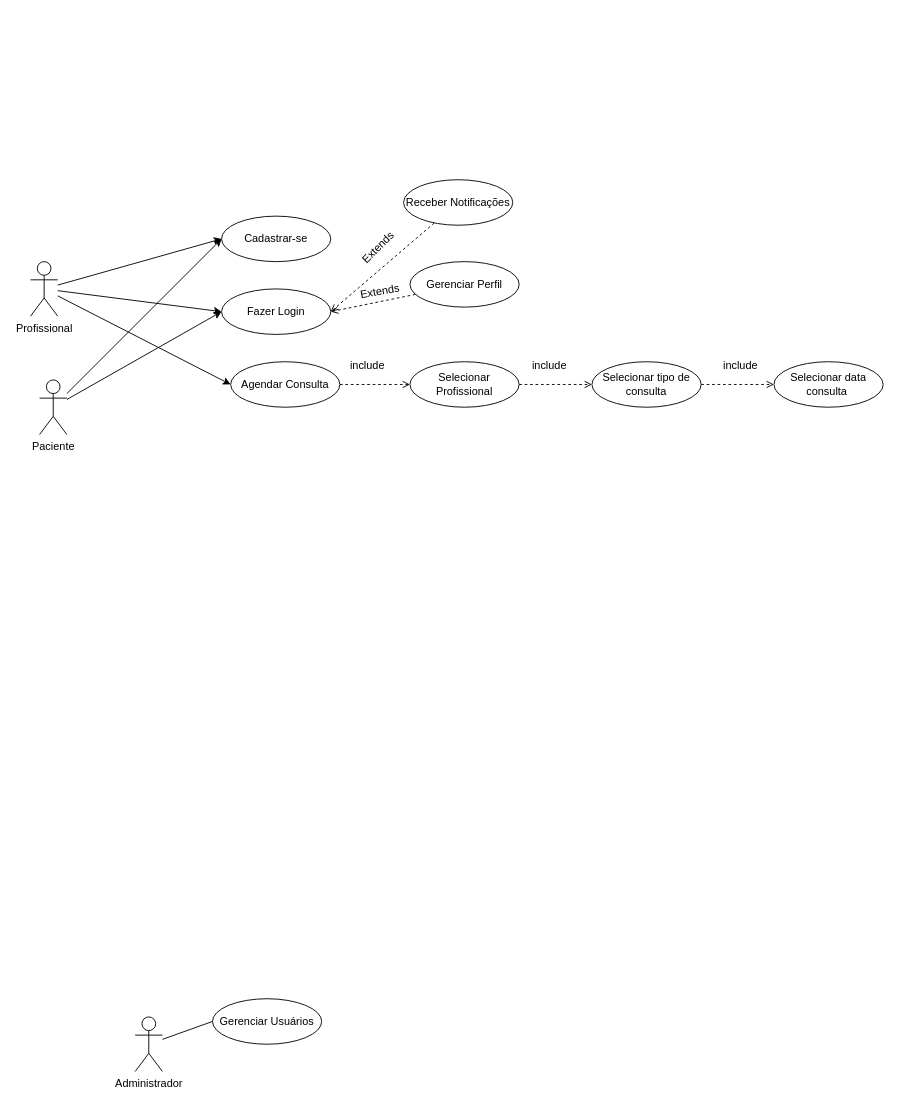
Before: Diagrama sem nome.drawio in Chibilski/analisesProjeto, a draw.io diagram. Source tidied: cells renumbered, new cells numbered last; positions are measured from the earlier drawing's top-left corner, leaving out a move shared by most shapes. Both pictures are drawn from the tidied source at 91%, with x=0, y=0 at pixel (30, 179).
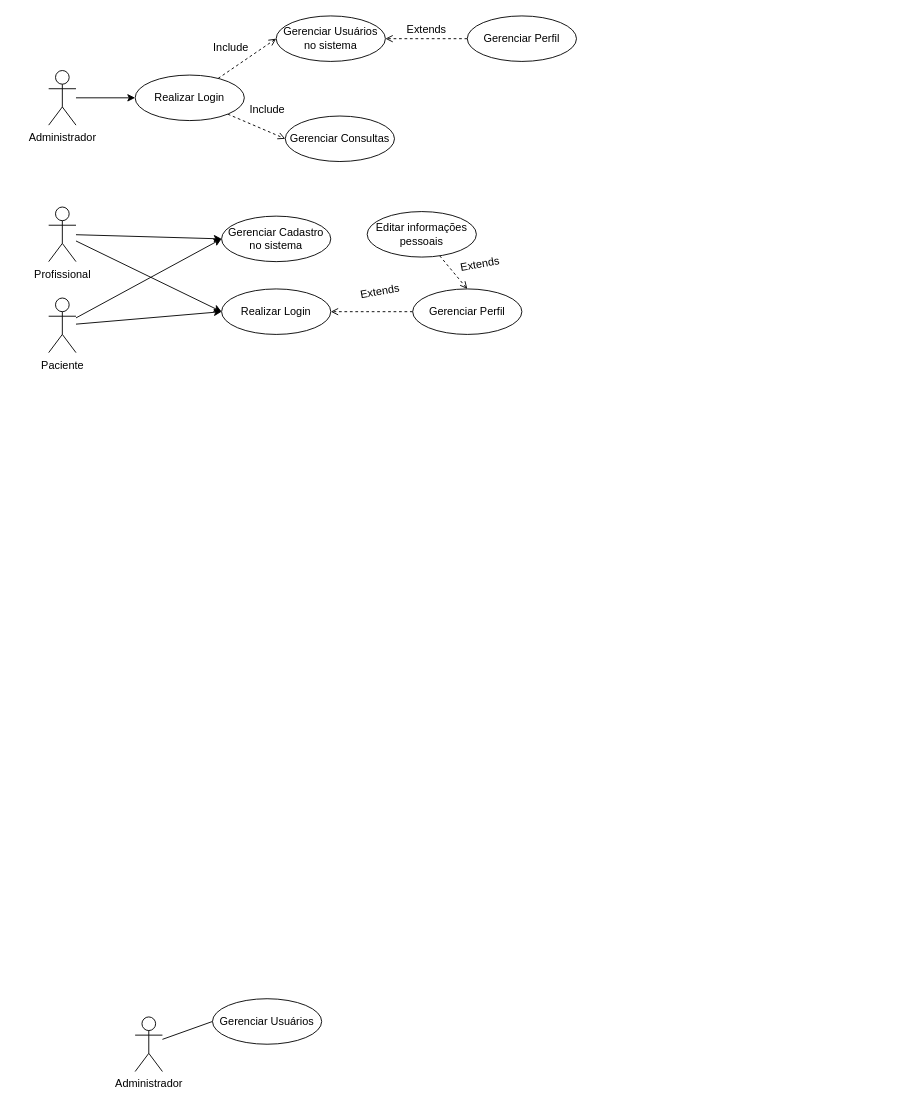
Above is the later version.

Diff of the diagram source:
```diff
@@
     <mxCell id="4" value="Paciente" style="shape=umlActor;verticalLabelPosition=bottom;verticalAlign=top;html=1;outlineConnect=0;" parent="1" vertex="1">
-      <mxGeometry x="10" y="220" width="30" height="60" as="geometry" />
+      <mxGeometry x="20" y="130" width="30" height="60" as="geometry" />
     </mxCell>
@@
-    <mxCell id="7" style="rounded=0;jettySize=auto;html=1;entryX=0;entryY=0.5;entryDx=0;entryDy=0;" parent="1" edge="1" source="8" target="16">
-      <mxGeometry relative="1" as="geometry" />
-    </mxCell>
     <mxCell id="8" value="Profissional" style="shape=umlActor;verticalLabelPosition=bottom;verticalAlign=top;html=1;outlineConnect=0;" parent="1" vertex="1">
-      <mxGeometry y="90" width="30" height="60" as="geometry" />
+      <mxGeometry x="20" y="30" width="30" height="60" as="geometry" />
     </mxCell>
@@
-    <mxCell id="11" value="Cadastrar-se" style="ellipse;whiteSpace=wrap;html=1;" parent="1" vertex="1">
+    <mxCell id="11" value="Gerenciar Cadastro no sistema" style="ellipse;whiteSpace=wrap;html=1;" parent="1" vertex="1">
       <mxGeometry x="210" y="40" width="120" height="50" as="geometry" />
     </mxCell>
-    <mxCell id="12" value="Fazer Login" style="ellipse;whiteSpace=wrap;html=1;" parent="1" vertex="1">
+    <mxCell id="12" value="Realizar Login" style="ellipse;whiteSpace=wrap;html=1;" parent="1" vertex="1">
       <mxGeometry x="210" y="120" width="120" height="50" as="geometry" />
     </mxCell>
@@
     <mxCell id="14" value="Gerenciar Perfil" style="ellipse;whiteSpace=wrap;html=1;" parent="1" vertex="1">
-      <mxGeometry x="417" y="90" width="120" height="50" as="geometry" />
+      <mxGeometry x="420" y="120" width="120" height="50" as="geometry" />
     </mxCell>
-    <mxCell id="15" style="rounded=0;jettySize=auto;html=1;dashed=1;endArrow=open;endFill=0;" parent="1" edge="1" source="16" target="23">
-      <mxGeometry relative="1" as="geometry" />
-    </mxCell>
-    <mxCell id="16" value="Agendar Consulta" style="ellipse;whiteSpace=wrap;html=1;" parent="1" vertex="1">
-      <mxGeometry x="220" y="200" width="120" height="50" as="geometry" />
-    </mxCell>
-    <mxCell id="17" style="rounded=0;jettySize=auto;html=1;dashed=1;endArrow=open;endFill=0;entryX=1;entryY=0.5;entryDx=0;entryDy=0;" parent="1" edge="1" source="18" target="12">
-      <mxGeometry relative="1" as="geometry" />
-    </mxCell>
-    <mxCell id="18" value="Receber Notificações" style="ellipse;whiteSpace=wrap;html=1;" parent="1" vertex="1">
-      <mxGeometry x="410" width="120" height="50" as="geometry" />
-    </mxCell>
@@
-    <mxCell id="20" value="Extends" style="text;html=1;align=center;verticalAlign=middle;strokeColor=none;fillColor=none;rotation=-45;" parent="1" vertex="1">
-      <mxGeometry x="347" y="60" width="70" height="30" as="geometry" />
-    </mxCell>
@@
-    <mxCell id="22" style="edgeStyle=orthogonalEdgeStyle;rounded=0;jettySize=auto;html=1;dashed=1;endArrow=open;endFill=0;" parent="1" edge="1" source="23" target="26">
-      <mxGeometry relative="1" as="geometry" />
-    </mxCell>
-    <mxCell id="23" value="Selecionar Profissional" style="ellipse;whiteSpace=wrap;html=1;" parent="1" vertex="1">
-      <mxGeometry x="417" y="200" width="120" height="50" as="geometry" />
-    </mxCell>
-    <mxCell id="24" value="include" style="text;html=1;align=center;verticalAlign=middle;strokeColor=none;fillColor=none;" parent="1" vertex="1">
-      <mxGeometry x="340" y="190" width="60" height="30" as="geometry" />
-    </mxCell>
-    <mxCell id="25" style="rounded=0;jettySize=auto;html=1;dashed=1;endArrow=open;endFill=0;" parent="1" edge="1" source="26" target="28">
-      <mxGeometry relative="1" as="geometry" />
-    </mxCell>
-    <mxCell id="26" value="Selecionar tipo de consulta" style="ellipse;whiteSpace=wrap;html=1;" parent="1" vertex="1">
-      <mxGeometry x="617" y="200" width="120" height="50" as="geometry" />
-    </mxCell>
-    <mxCell id="27" value="include" style="text;html=1;align=center;verticalAlign=middle;strokeColor=none;fillColor=none;" parent="1" vertex="1">
-      <mxGeometry x="540" y="190" width="60" height="30" as="geometry" />
-    </mxCell>
-    <mxCell id="28" value="Selecionar data consulta&amp;nbsp;" style="ellipse;whiteSpace=wrap;html=1;" parent="1" vertex="1">
-      <mxGeometry x="817" y="200" width="120" height="50" as="geometry" />
-    </mxCell>
-    <mxCell id="29" value="include" style="text;html=1;align=center;verticalAlign=middle;strokeColor=none;fillColor=none;" parent="1" vertex="1">
-      <mxGeometry x="750" y="190" width="60" height="30" as="geometry" />
-    </mxCell>
+    <mxCell id="30" style="rounded=0;jettySize=auto;html=1;entryX=0.5;entryY=0;entryDx=0;entryDy=0;dashed=1;endArrow=open;endFill=0;" parent="1" edge="1" source="31" target="14">
+      <mxGeometry relative="1" as="geometry" />
+    </mxCell>
+    <mxCell id="31" value="Editar informações pessoais" style="ellipse;whiteSpace=wrap;html=1;" parent="1" vertex="1">
+      <mxGeometry x="370" y="35" width="120" height="50" as="geometry" />
+    </mxCell>
+    <mxCell id="32" value="Extends&lt;div&gt;&lt;br&gt;&lt;/div&gt;" style="text;html=1;align=center;verticalAlign=middle;strokeColor=none;fillColor=none;rotation=-10;" parent="1" vertex="1">
+      <mxGeometry x="460" y="80" width="70" height="40" as="geometry" />
+    </mxCell>
+    <mxCell id="33" style="rounded=0;jettySize=auto;html=1;entryX=0;entryY=0.5;entryDx=0;entryDy=0;" parent="1" edge="1" source="34" target="39">
+      <mxGeometry relative="1" as="geometry" />
+    </mxCell>
+    <mxCell id="34" value="Administrador" style="shape=umlActor;verticalLabelPosition=bottom;verticalAlign=top;html=1;outlineConnect=0;" parent="1" vertex="1">
+      <mxGeometry x="20" y="-120" width="30" height="60" as="geometry" />
+    </mxCell>
+    <mxCell id="35" value="Gerenciar Usuários no sistema" style="ellipse;whiteSpace=wrap;html=1;" parent="1" vertex="1">
+      <mxGeometry x="270" y="-180" width="120" height="50" as="geometry" />
+    </mxCell>
+    <mxCell id="36" value="Gerenciar Consultas" style="ellipse;whiteSpace=wrap;html=1;" parent="1" vertex="1">
+      <mxGeometry x="280" y="-70" width="120" height="50" as="geometry" />
+    </mxCell>
+    <mxCell id="37" style="rounded=0;jettySize=auto;html=1;entryX=0;entryY=0.5;entryDx=0;entryDy=0;dashed=1;endArrow=open;endFill=0;" parent="1" edge="1" source="39" target="35">
+      <mxGeometry relative="1" as="geometry" />
+    </mxCell>
+    <mxCell id="38" style="rounded=0;jettySize=auto;html=1;entryX=0;entryY=0.5;entryDx=0;entryDy=0;dashed=1;endArrow=open;endFill=0;" parent="1" edge="1" source="39" target="36">
+      <mxGeometry relative="1" as="geometry" />
+    </mxCell>
+    <mxCell id="39" value="Realizar Login" style="ellipse;whiteSpace=wrap;html=1;" parent="1" vertex="1">
+      <mxGeometry x="115" y="-115" width="120" height="50" as="geometry" />
+    </mxCell>
+    <mxCell id="40" value="Include" style="text;html=1;align=center;verticalAlign=middle;strokeColor=none;fillColor=none;" parent="1" vertex="1">
+      <mxGeometry x="190" y="-160" width="60" height="30" as="geometry" />
+    </mxCell>
+    <mxCell id="41" value="Include" style="text;html=1;align=center;verticalAlign=middle;strokeColor=none;fillColor=none;" parent="1" vertex="1">
+      <mxGeometry x="230" y="-92" width="60" height="30" as="geometry" />
+    </mxCell>
+    <mxCell id="42" style="edgeStyle=orthogonalEdgeStyle;rounded=0;jettySize=auto;html=1;dashed=1;endArrow=open;endFill=0;" parent="1" edge="1" source="43" target="35">
+      <mxGeometry relative="1" as="geometry" />
+    </mxCell>
+    <mxCell id="43" value="Gerenciar Perfil" style="ellipse;whiteSpace=wrap;html=1;" parent="1" vertex="1">
+      <mxGeometry x="480" y="-180" width="120" height="50" as="geometry" />
+    </mxCell>
+    <mxCell id="44" value="Extends" style="text;html=1;align=center;verticalAlign=middle;strokeColor=none;fillColor=none;" parent="1" vertex="1">
+      <mxGeometry x="400" y="-180" width="70" height="30" as="geometry" />
+    </mxCell>
```
